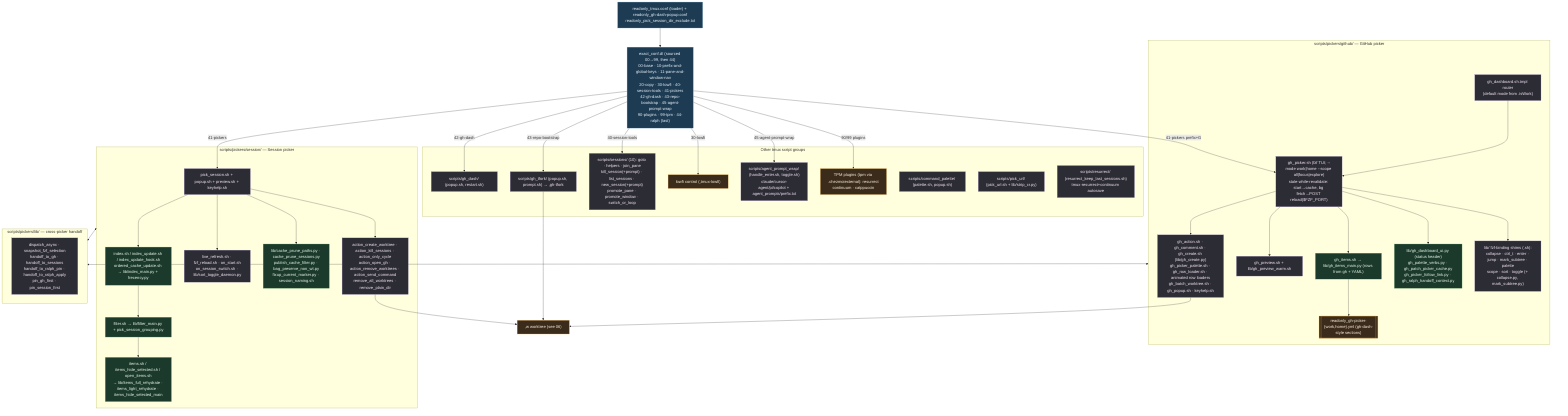
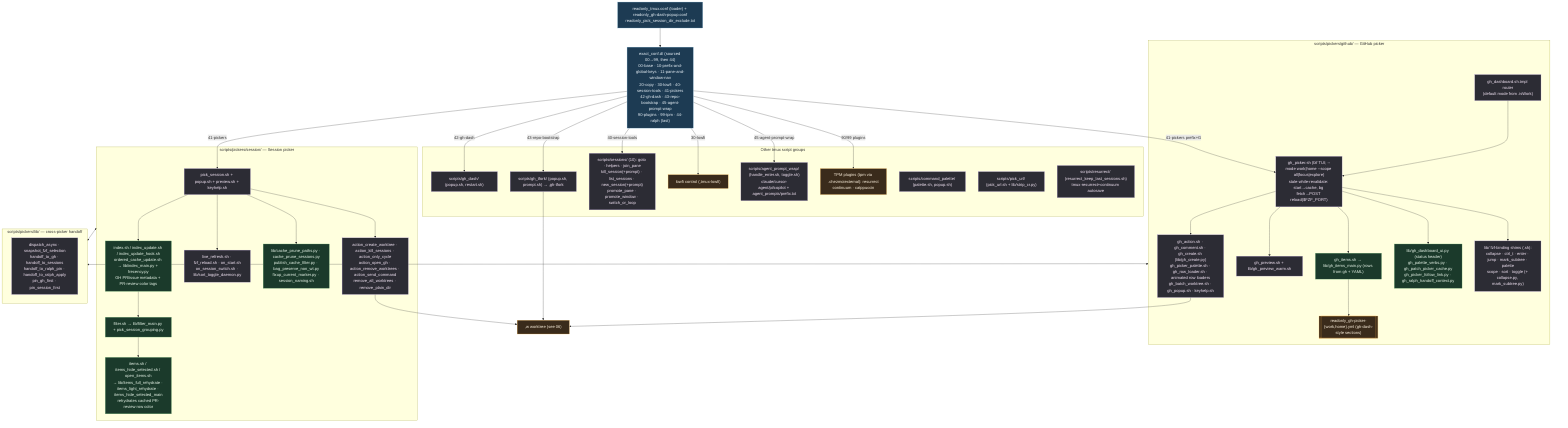
%% ============================================================================
%% 05-tmux-pickers.mmd — Every file under home/dot_config/exact_tmux/ (119).
%% Loader sources conf.d/* in numeric order; scripts/ holds all integrations.
%% Deployed to ~/.config/tmux/. Prefix = C-Space.
%% ============================================================================
flowchart TD
    classDef conf fill:#1d3b53,stroke:#7fb3d5,color:#eaf2f8;
    classDef sh fill:#2c2c34,stroke:#b39ddb,color:#f3e5f5;
    classDef py fill:#1b3a2b,stroke:#81c784,color:#e8f5e9;
    classDef data fill:#3a2b1b,stroke:#ffb74d,color:#fff3e0;

    LOADER["readonly_tmux.conf (loader) + readonly_gh-dash-popup.conf<br/>readonly_pick_session_dir_exclude.txt"]:::conf
    LOADER --> CONFD["exact_conf.d/ (sourced 00→99, then 44)<br/>00-base · 10-prefix-and-global-keys · 11-pane-and-window-nav<br/>20-copy · 30-lowfi · 40-session-tools · 41-pickers<br/>42-gh-dash · 43-repo-bootstrap · 45-agent-prompt-wrap<br/>90-plugins · 99-tpm · 44-ralph (last)"]:::conf

    CONFD -->|41-pickers prefix+G| GHP
    CONFD -->|41-pickers| SESS
    CONFD -->|42-gh-dash| GHDASH
    CONFD -->|43-repo-bootstrap| TFORK
    CONFD -->|40-session-tools| SESSIONS
    CONFD -->|30-lowfi| LOWFI
    CONFD -->|45-agent-prompt-wrap| APW
    CONFD -->|90/99 plugins| PLUGINS

    subgraph GH["scripts/pickers/github/ — GitHub picker"]
        GHROUTER["gh_dashboard.sh.tmpl router<br/>(default mode from .isWork)"]:::sh
        GHP["gh_picker.sh (fzf TUI; --mode work|home --scope all|focus|explore)<br/>stale-while-revalidate: start→cache, bg fetch→POST reload($FZF_PORT)"]:::sh
        GHITEMS["gh_items.sh → lib/gh_items_main.py (rows from gh + YAML)"]:::py
        GHCFG[["readonly_gh-picker-{work,home}.yml (gh-dash-style sections)"]]:::data
        GHPREV["gh_preview.sh + lib/gh_preview_warm.sh"]:::sh
        GHACT["gh_action.sh · gh_comment.sh · gh_create.sh (lib/gh_create.py)<br/>gh_picker_palette.sh · gh_row_loader.sh · animated row loaders<br/>gh_batch_worktree.sh · gh_popup.sh · keyhelp.sh"]:::sh
        GHUI["lib/gh_dashboard_ui.py (status header)<br/>gh_palette_verbs.py · gh_patch_picker_cache.py<br/>gh_picker_follow_link.py · gh_ralph_handoff_context.py"]:::py
        GHBIND["lib/ fzf-binding shims (.sh):<br/>collapse · ctrl_t · enter · jump · mark_subtree · palette<br/>scope · sort · toggle (+ collapse.py, mark_subtree.py)"]:::sh
        GHROUTER --> GHP --> GHITEMS --> GHCFG
        GHP --> GHPREV & GHACT & GHUI & GHBIND
    end

    subgraph SE["scripts/pickers/session/ — Session picker"]
        SESS["pick_session.sh + popup.sh + preview.sh + keyhelp.sh"]:::sh
-         SIDX["index.sh / index_update.sh / index_update_hook.sh<br/>ordered_cache_update.sh → lib/index_main.py + frecency.py"]:::py
+         SIDX["index.sh / index_update.sh / index_update_hook.sh<br/>ordered_cache_update.sh → lib/index_main.py + frecency.py<br/>GH PR/issue metadata + PR-review color tags"]:::py
        SFILT["filter.sh → lib/filter_main.py + pick_session_grouping.py"]:::py
-         SITEMS["items.sh / items_hide_selected.sh / open_items.sh<br/>→ lib/items_full_rehydrate · items_light_rehydrate · items_hide_selected_main"]:::py
+         SITEMS["items.sh / items_hide_selected.sh / open_items.sh<br/>→ lib/items_full_rehydrate · items_light_rehydrate · items_hide_selected_main<br/>rehydrates cached PR-review row color"]:::py
        SLIVE["live_refresh.sh · fzf_reload.sh · on_start.sh<br/>on_session_switch.sh · lib/sort_toggle_daemon.py"]:::sh
        SCACHE["lib/cache_prune_paths.py · cache_prune_sessions.py<br/>publish_cache_filter.py · bag_preserve_non_wt.py<br/>fixup_current_marker.py · session_naming.sh"]:::py
        SACT["action_create_worktree · action_kill_sessions · action_only_cycle<br/>action_open_gh · action_remove_worktrees · action_send_command<br/>remove_all_worktrees · remove_plain_dir"]:::sh
        SESS --> SIDX --> SFILT --> SITEMS
        SESS --> SLIVE & SCACHE & SACT
    end

    subgraph PLIB["scripts/pickers/lib/ — cross-picker handoff"]
        HO["dispatch_async · snapshot_fzf_selection<br/>handoff_to_gh · handoff_to_sessions<br/>handoff_to_ralph_pin · handoff_to_ralph_apply<br/>pin_gh_first · pin_session_first"]:::sh
    end
    GH <--> PLIB
    SE <--> PLIB

    subgraph OTHER["Other tmux script groups"]
        SESSIONS["scripts/sessions/ (10): goto · helpers · join_pane<br/>kill_session(+prompt) · list_sessions · new_session(+prompt)<br/>promote_pane · promote_window · switch_or_loop"]:::sh
        GHDASH["scripts/gh_dash/ (popup.sh, restart.sh)"]:::sh
        TFORK["scripts/gh_tfork/ (popup.sh, prompt.sh) → ,gh-tfork"]:::sh
        CMDP["scripts/command_palette/ (palette.sh, popup.sh)"]:::sh
        PURL["scripts/pick_url/ (pick_url.sh + lib/strip_cr.py)"]:::sh
        APW["scripts/agent_prompt_wrap/ (handle_enter.sh, toggle.sh)<br/>claude/cursor-agent/pi/copilot + agent_prompts/prefix.txt"]:::sh
        RESUR["scripts/resurrect/ (resurrect_keep_last_sessions.sh)<br/>tmux-resurrect+continuum autosave"]:::sh
        LOWFI["lowfi control (,tmux-lowfi)"]:::data
        PLUGINS["TPM plugins (tpm via .chezmoiexternal): resurrect<br/>continuum · catppuccin"]:::data
    end
    SACT --> WLINK[",w worktree (see 06)"]:::data
    GHACT --> WLINK
    TFORK --> WLINK
